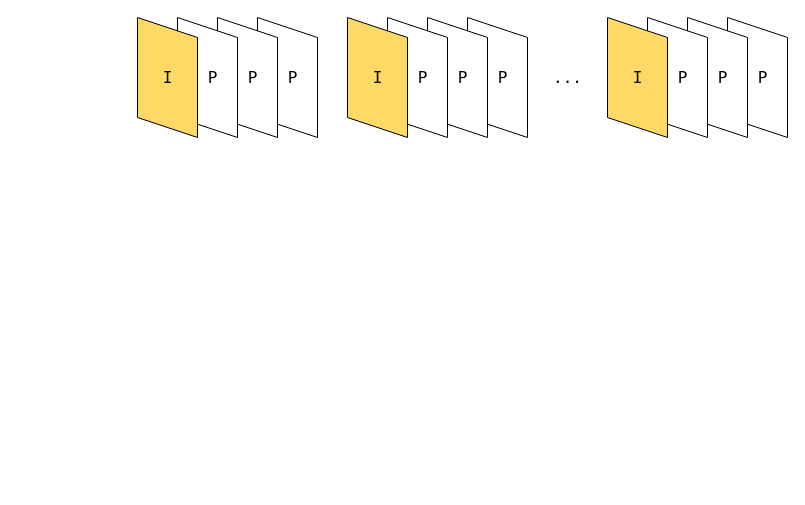
The draw.io diagram XML/ISRDec.drawio in Joeyrr/draw.io, before the edit. Source tidied: cells renumbered, new cells numbered last; positions are measured from the earlier drawing's top-left corner, leaving out a move shared by most shapes. Both pictures are drawn from the tidied source at 100%, with x=0, y=0 at pixel (107, 47).
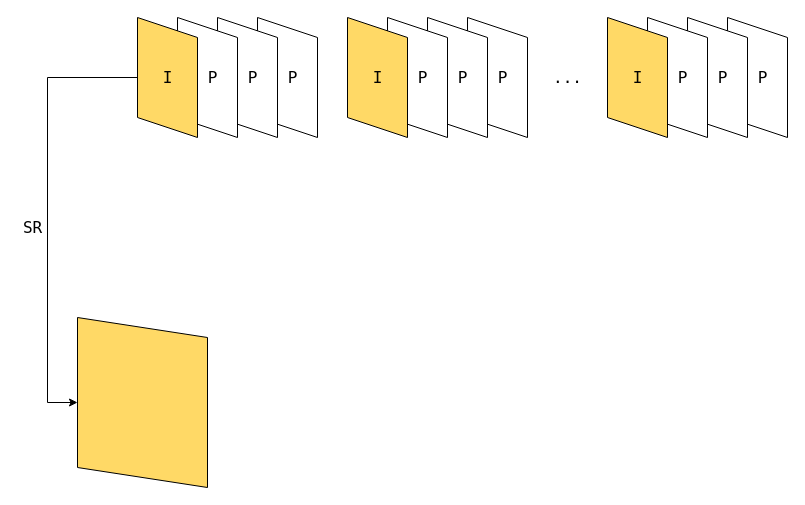
The same page after the edit.

Unchanged cells that the change refers to:
```xml
<mxCell id="5" style="shape=parallelogram;perimeter=parallelogramPerimeter;whiteSpace=wrap;html=1;fixedSize=1;rotation=90;fillColor=#FFD966;" parent="1" vertex="1">
  <mxGeometry width="120" height="60" as="geometry" />
</mxCell>
```

The edit, as a diff of the source:
```diff
@@
+    <mxCell id="27" style="edgeStyle=elbowEdgeStyle;elbow=horizontal;endArrow=classic;html=1;rounded=0;fontFamily=Lucida Console;fontSize=16;exitX=0.5;exitY=1;exitDx=0;exitDy=0;entryX=0.5;entryY=1;entryDx=0;entryDy=0;" parent="1" edge="1" source="5" target="28">
+      <mxGeometry relative="1" as="geometry">
+        <Array as="points">
+          <mxPoint x="-60" y="190" />
+        </Array>
+      </mxGeometry>
+    </mxCell>
+    <mxCell id="28" style="shape=parallelogram;perimeter=parallelogramPerimeter;whiteSpace=wrap;html=1;fixedSize=1;rotation=90;fillColor=#FFD966;" parent="1" vertex="1">
+      <mxGeometry x="-50" y="290" width="170" height="130" as="geometry" />
+    </mxCell>
+    <mxCell id="29" value="SR" style="text;html=1;align=center;verticalAlign=middle;fillColor=none;strokeColor=none;rounded=0;fontFamily=Lucida Console;fontSize=16;" parent="1" vertex="1">
+      <mxGeometry x="-90" y="170" width="30" height="20" as="geometry" />
+    </mxCell>
```
